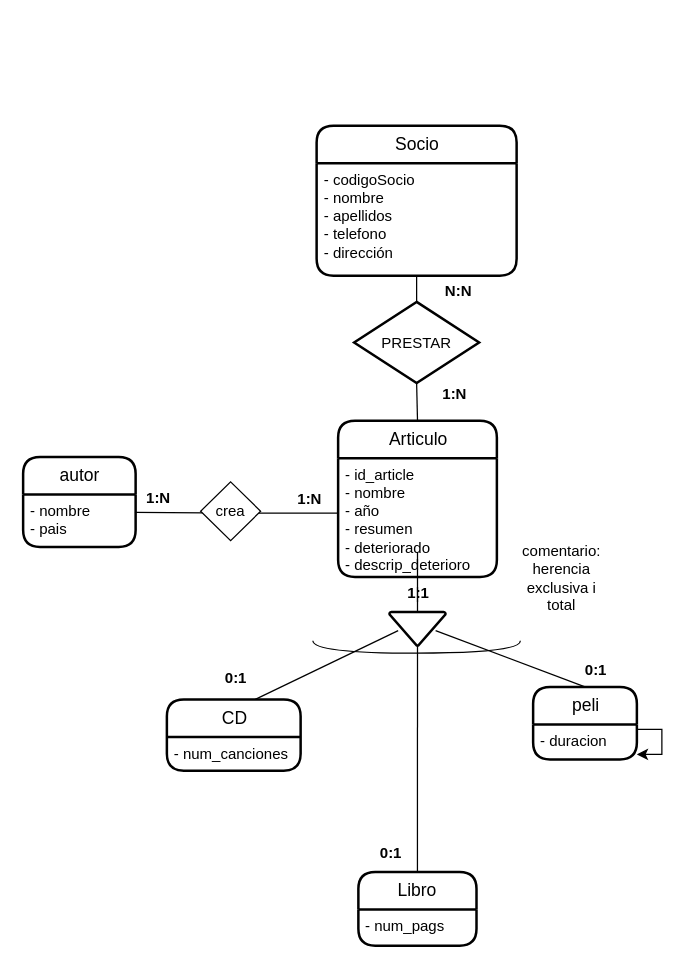
Before: ex06.drawio in JuanMarinG/TA12_MYSQL, a draw.io diagram. Source tidied: cells renumbered, new cells numbered last; positions are measured from the earlier drawing's top-left corner, leaving out a move shared by most shapes. Both pictures are drawn from the tidied source at 125%, with x=0, y=0 at pixel (22, 125).
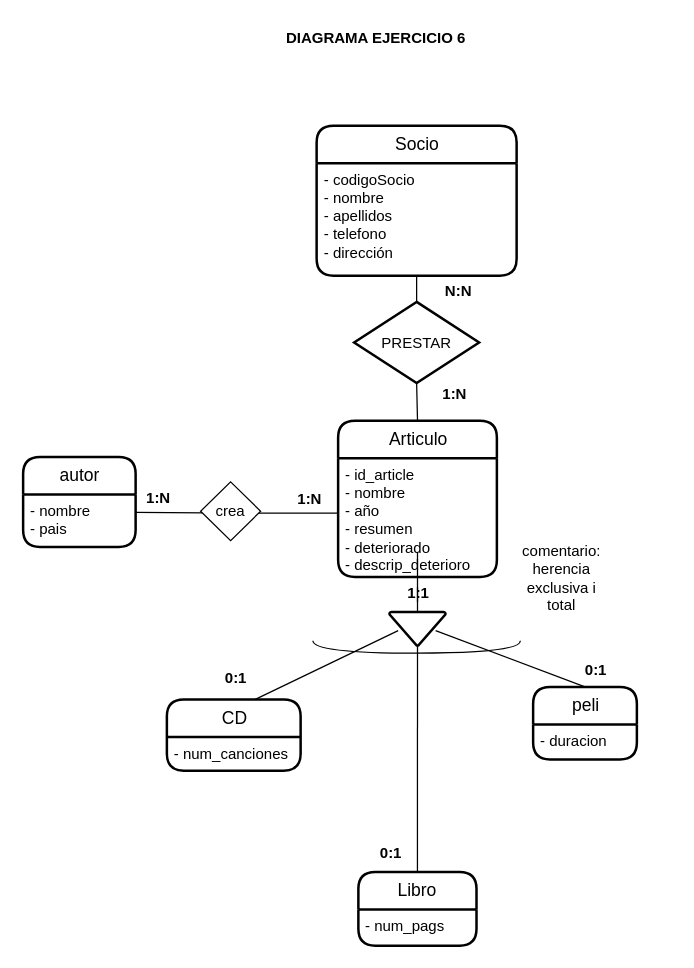
After the change.

Commit message:
Actualizar titulo

The change refers to these unchanged cells:
```xml
<mxCell id="14" value="peli" style="swimlane;horizontal=1;startSize=30;rounded=1;fontSize=14;fontStyle=0;strokeWidth=2;shadow=0;dashed=0;align=center;html=1;" parent="1" vertex="1">
  <mxGeometry x="408" y="449" width="83" height="58" as="geometry" />
</mxCell>
<mxCell id="15" value="- duracion" style="align=left;strokeColor=none;fillColor=none;spacingLeft=4;fontSize=12;verticalAlign=top;html=1;" parent="14" vertex="1">
  <mxGeometry y="30" width="83" height="28" as="geometry" />
</mxCell>
```

What changed in the source:
```diff
@@
-    <mxCell id="16" style="edgeStyle=orthogonalEdgeStyle;rounded=0;orthogonalLoop=1;jettySize=auto;html=1;" parent="14" edge="1" source="15" target="15">
-      <mxGeometry relative="1" as="geometry" />
-    </mxCell>
@@
+    <mxCell id="36" value="&lt;b&gt;DIAGRAMA EJERCICIO 6&lt;/b&gt;" style="text;html=1;align=center;verticalAlign=middle;strokeColor=none;fillColor=none;" parent="1" vertex="1">
+      <mxGeometry x="206" y="-83" width="152" height="26" as="geometry" />
+    </mxCell>
```
